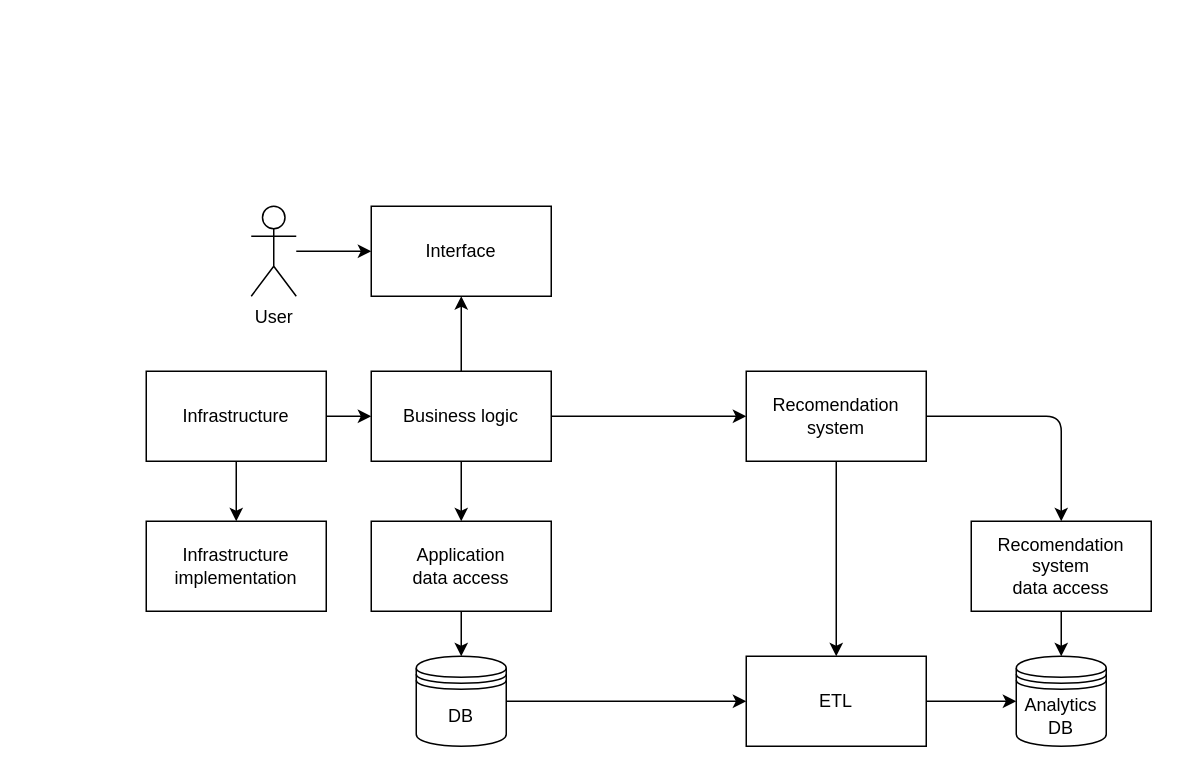
Earlier version of the draw.io diagram docs/img/components.drawio (Holodome/maweituo). Source tidied: cells renumbered, new cells numbered last; positions are measured from the earlier drawing's top-left corner, leaving out a move shared by most shapes. Both pictures are drawn from the tidied source at 150%, with x=0, y=0 at pixel (146, 206).
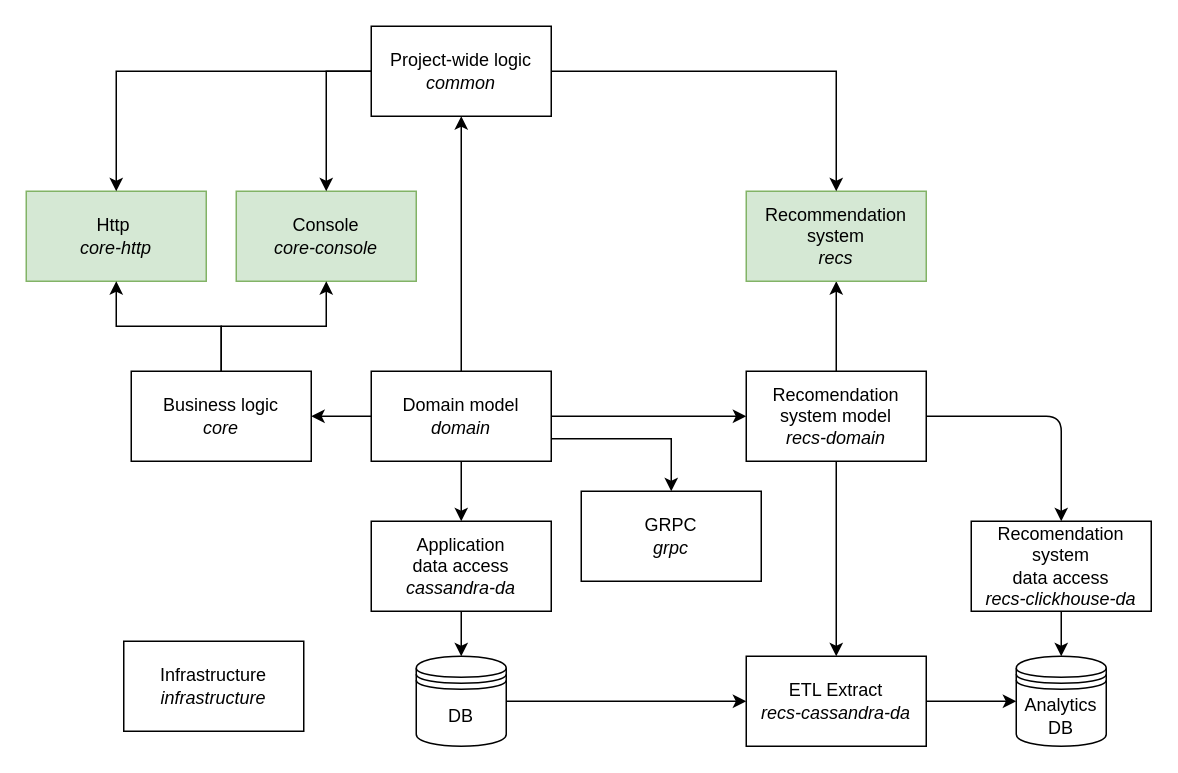
The same page after the edit.

Commit message (it also covers changes not shown here):
upd components

What changed in the source:
```diff
@@
-    <mxCell id="6" value="Application &lt;br&gt;data access" style="rounded=0;whiteSpace=wrap;html=1;" parent="1" vertex="1">
+    <mxCell id="6" value="Application &lt;br&gt;data access&lt;br&gt;&lt;i&gt;cassandra-da&lt;/i&gt;" style="rounded=0;whiteSpace=wrap;html=1;" parent="1" vertex="1">
       <mxGeometry x="150" y="210" width="120" height="60" as="geometry" />
     </mxCell>
@@
+    <mxCell id="25" style="edgeStyle=orthogonalEdgeStyle;rounded=0;html=1;exitX=0.5;exitY=0;exitDx=0;exitDy=0;entryX=0.5;entryY=1;entryDx=0;entryDy=0;" parent="1" edge="1" source="9" target="33">
+      <mxGeometry relative="1" as="geometry" />
+    </mxCell>
-    <mxCell id="9" value="Recomendation system" style="rounded=0;whiteSpace=wrap;html=1;" parent="1" vertex="1">
+    <mxCell id="9" value="Recomendation system model&lt;br&gt;&lt;i&gt;recs-domain&lt;/i&gt;" style="rounded=0;whiteSpace=wrap;html=1;" parent="1" vertex="1">
       <mxGeometry x="400" y="110" width="120" height="60" as="geometry" />
     </mxCell>
@@
-    <mxCell id="12" style="edgeStyle=none;html=1;exitX=0.5;exitY=0;exitDx=0;exitDy=0;entryX=0.5;entryY=1;entryDx=0;entryDy=0;" parent="1" edge="1" source="13" target="14">
-      <mxGeometry relative="1" as="geometry" />
-    </mxCell>
+    <mxCell id="26" style="edgeStyle=orthogonalEdgeStyle;rounded=0;html=1;exitX=0;exitY=0.5;exitDx=0;exitDy=0;entryX=1;entryY=0.5;entryDx=0;entryDy=0;" parent="1" edge="1" source="13" target="32">
+      <mxGeometry relative="1" as="geometry" />
+    </mxCell>
+    <mxCell id="27" style="edgeStyle=orthogonalEdgeStyle;rounded=0;html=1;exitX=1;exitY=0.75;exitDx=0;exitDy=0;" parent="1" edge="1" source="13" target="34">
+      <mxGeometry relative="1" as="geometry" />
+    </mxCell>
+    <mxCell id="28" style="edgeStyle=orthogonalEdgeStyle;rounded=0;html=1;exitX=0.5;exitY=0;exitDx=0;exitDy=0;" parent="1" edge="1" source="13" target="38">
+      <mxGeometry relative="1" as="geometry" />
+    </mxCell>
-    <mxCell id="13" value="Business logic" style="rounded=0;whiteSpace=wrap;html=1;" parent="1" vertex="1">
+    <mxCell id="13" value="Domain model&lt;br&gt;&lt;i&gt;domain&lt;/i&gt;" style="rounded=0;whiteSpace=wrap;html=1;" parent="1" vertex="1">
       <mxGeometry x="150" y="110" width="120" height="60" as="geometry" />
     </mxCell>
-    <mxCell id="14" value="Interface" style="rounded=0;whiteSpace=wrap;html=1;" parent="1" vertex="1">
-      <mxGeometry x="150" width="120" height="60" as="geometry" />
+    <mxCell id="14" value="Http&amp;nbsp;&lt;br&gt;&lt;i&gt;core-http&lt;/i&gt;" style="rounded=0;whiteSpace=wrap;html=1;fillColor=#d5e8d4;strokeColor=#82b366;" parent="1" vertex="1">
+      <mxGeometry x="-80" y="-10" width="120" height="60" as="geometry" />
     </mxCell>
-    <mxCell id="15" style="edgeStyle=none;html=1;entryX=0;entryY=0.5;entryDx=0;entryDy=0;" parent="1" edge="1" source="16" target="14">
-      <mxGeometry relative="1" as="geometry" />
-    </mxCell>
-    <mxCell id="16" value="User" style="shape=umlActor;verticalLabelPosition=bottom;verticalAlign=top;html=1;outlineConnect=0;" parent="1" vertex="1">
-      <mxGeometry x="70" width="30" height="60" as="geometry" />
-    </mxCell>
@@
-    <mxCell id="18" value="ETL" style="rounded=0;whiteSpace=wrap;html=1;" parent="1" vertex="1">
+    <mxCell id="18" value="ETL Extract&lt;br&gt;&lt;i&gt;recs-cassandra-da&lt;/i&gt;" style="rounded=0;whiteSpace=wrap;html=1;" parent="1" vertex="1">
       <mxGeometry x="400" y="300" width="120" height="60" as="geometry" />
     </mxCell>
-    <mxCell id="19" style="edgeStyle=orthogonalEdgeStyle;html=1;exitX=1;exitY=0.5;exitDx=0;exitDy=0;entryX=0;entryY=0.5;entryDx=0;entryDy=0;" parent="1" edge="1" source="21" target="13">
-      <mxGeometry relative="1" as="geometry" />
-    </mxCell>
-    <mxCell id="20" style="edgeStyle=orthogonalEdgeStyle;html=1;exitX=0.5;exitY=1;exitDx=0;exitDy=0;" parent="1" edge="1" source="21" target="22">
-      <mxGeometry relative="1" as="geometry" />
-    </mxCell>
-    <mxCell id="21" value="Infrastructure" style="rounded=0;whiteSpace=wrap;html=1;" parent="1" vertex="1">
-      <mxGeometry y="110" width="120" height="60" as="geometry" />
+    <mxCell id="21" value="Infrastructure&lt;br&gt;&lt;i&gt;infrastructure&lt;/i&gt;" style="rounded=0;whiteSpace=wrap;html=1;" parent="1" vertex="1">
+      <mxGeometry x="-15" y="290" width="120" height="60" as="geometry" />
     </mxCell>
-    <mxCell id="22" value="Infrastructure&lt;br&gt;implementation" style="rounded=0;whiteSpace=wrap;html=1;" parent="1" vertex="1">
-      <mxGeometry y="210" width="120" height="60" as="geometry" />
-    </mxCell>
@@
-    <mxCell id="24" value="Recomendation system&lt;br&gt;data access" style="rounded=0;whiteSpace=wrap;html=1;" parent="1" vertex="1">
+    <mxCell id="24" value="Recomendation system&lt;br&gt;data access&lt;br&gt;&lt;i&gt;recs-clickhouse-da&lt;/i&gt;" style="rounded=0;whiteSpace=wrap;html=1;" parent="1" vertex="1">
       <mxGeometry x="550" y="210" width="120" height="60" as="geometry" />
     </mxCell>
+    <mxCell id="29" value="Console&lt;br&gt;&lt;i&gt;core-console&lt;/i&gt;" style="rounded=0;whiteSpace=wrap;html=1;fillColor=#d5e8d4;strokeColor=#82b366;" parent="1" vertex="1">
+      <mxGeometry x="60" y="-10" width="120" height="60" as="geometry" />
+    </mxCell>
+    <mxCell id="30" style="edgeStyle=orthogonalEdgeStyle;rounded=0;html=1;exitX=0.5;exitY=0;exitDx=0;exitDy=0;entryX=0.5;entryY=1;entryDx=0;entryDy=0;" parent="1" edge="1" source="32" target="14">
+      <mxGeometry relative="1" as="geometry" />
+    </mxCell>
+    <mxCell id="31" style="edgeStyle=orthogonalEdgeStyle;rounded=0;html=1;exitX=0.5;exitY=0;exitDx=0;exitDy=0;" parent="1" edge="1" source="32" target="29">
+      <mxGeometry relative="1" as="geometry" />
+    </mxCell>
+    <mxCell id="32" value="Business logic&lt;br&gt;&lt;i&gt;core&lt;/i&gt;" style="rounded=0;whiteSpace=wrap;html=1;" parent="1" vertex="1">
+      <mxGeometry x="-10" y="110" width="120" height="60" as="geometry" />
+    </mxCell>
+    <mxCell id="33" value="Recommendation system&lt;br&gt;&lt;i&gt;recs&lt;/i&gt;" style="rounded=0;whiteSpace=wrap;html=1;fillColor=#d5e8d4;strokeColor=#82b366;" parent="1" vertex="1">
+      <mxGeometry x="400" y="-10" width="120" height="60" as="geometry" />
+    </mxCell>
+    <mxCell id="34" value="GRPC&lt;br&gt;&lt;i&gt;grpc&lt;/i&gt;" style="rounded=0;whiteSpace=wrap;html=1;" parent="1" vertex="1">
+      <mxGeometry x="290" y="190" width="120" height="60" as="geometry" />
+    </mxCell>
+    <mxCell id="35" style="edgeStyle=orthogonalEdgeStyle;rounded=0;html=1;exitX=0;exitY=0.5;exitDx=0;exitDy=0;entryX=0.5;entryY=0;entryDx=0;entryDy=0;" parent="1" edge="1" source="38" target="14">
+      <mxGeometry relative="1" as="geometry" />
+    </mxCell>
+    <mxCell id="36" style="edgeStyle=orthogonalEdgeStyle;rounded=0;html=1;exitX=1;exitY=0.5;exitDx=0;exitDy=0;" parent="1" edge="1" source="38" target="33">
+      <mxGeometry relative="1" as="geometry" />
+    </mxCell>
+    <mxCell id="37" style="edgeStyle=orthogonalEdgeStyle;rounded=0;html=1;exitX=0;exitY=0.5;exitDx=0;exitDy=0;" parent="1" edge="1" source="38" target="29">
+      <mxGeometry relative="1" as="geometry" />
+    </mxCell>
+    <mxCell id="38" value="Project-wide logic&lt;br&gt;&lt;i&gt;common&lt;/i&gt;" style="rounded=0;whiteSpace=wrap;html=1;" parent="1" vertex="1">
+      <mxGeometry x="150" y="-120" width="120" height="60" as="geometry" />
+    </mxCell>
```
